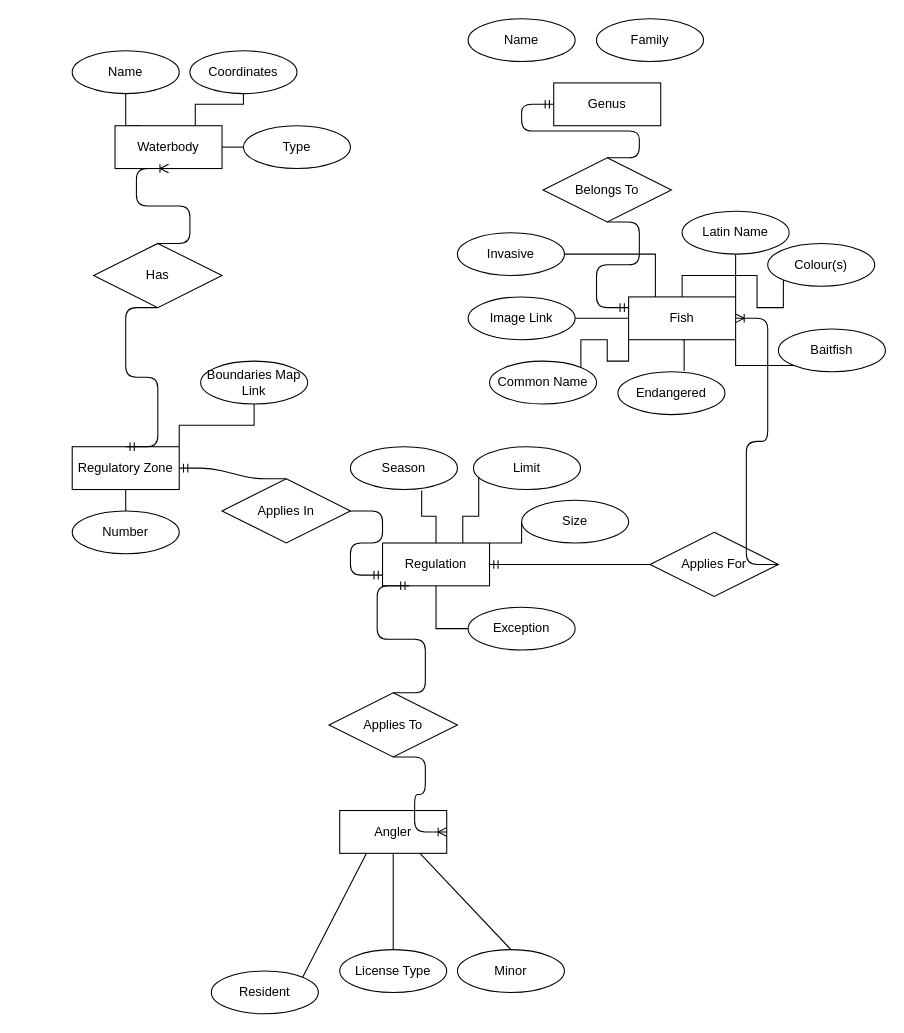
This is lab2.drawio from spjanic10/fishOntario, a draw.io file, before an edit. Source tidied: cells renumbered, new cells numbered last; positions are measured from the earlier drawing's top-left corner, leaving out a move shared by most shapes. Both pictures are drawn from the tidied source at 107%, with x=0, y=0 at pixel (72, 18).
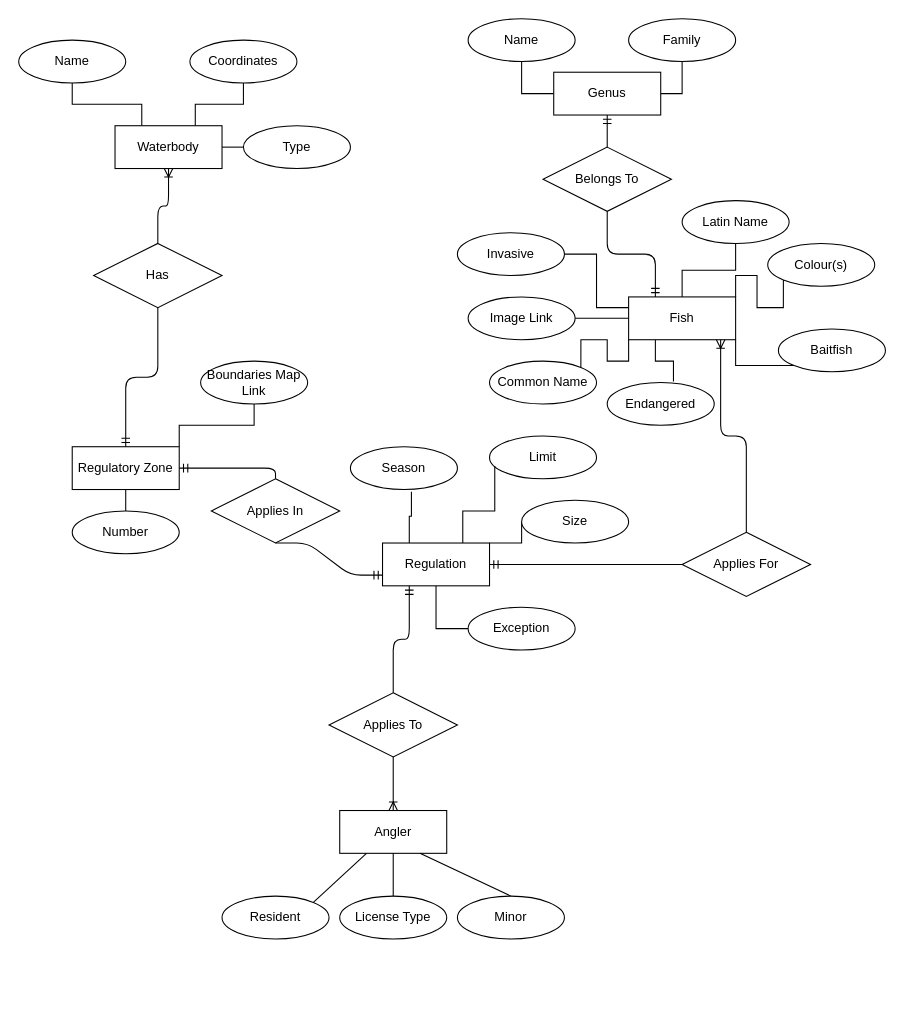
The same page after the edit.

The change refers to these unchanged cells:
```xml
<mxCell id="4" value="Regulatory Zone" style="whiteSpace=wrap;html=1;align=center;" parent="1" vertex="1">
  <mxGeometry y="400" width="100" height="40" as="geometry" />
</mxCell>
<mxCell id="12" value="Fish" style="whiteSpace=wrap;html=1;align=center;" parent="1" vertex="1">
  <mxGeometry x="520" y="260" width="100" height="40" as="geometry" />
</mxCell>
<mxCell id="17" value="Waterbody" style="whiteSpace=wrap;html=1;align=center;" parent="1" vertex="1">
  <mxGeometry x="40" y="100" width="100" height="40" as="geometry" />
</mxCell>
<mxCell id="18" value="Angler" style="whiteSpace=wrap;html=1;align=center;" parent="1" vertex="1">
  <mxGeometry x="250" y="740" width="100" height="40" as="geometry" />
</mxCell>
<mxCell id="27" value="Invasive" style="ellipse;whiteSpace=wrap;html=1;align=center;" parent="1" vertex="1">
  <mxGeometry x="360" y="200" width="100" height="40" as="geometry" />
</mxCell>
<mxCell id="29" value="&lt;div&gt;Name&lt;/div&gt;" style="ellipse;whiteSpace=wrap;html=1;align=center;" parent="1" vertex="1">
  <mxGeometry x="370" width="100" height="40" as="geometry" />
</mxCell>
<mxCell id="41" value="Regulation" style="whiteSpace=wrap;html=1;align=center;" parent="1" vertex="1">
  <mxGeometry x="290" y="490" width="100" height="40" as="geometry" />
</mxCell>
<mxCell id="43" value="Season" style="ellipse;whiteSpace=wrap;html=1;align=center;" parent="1" vertex="1">
  <mxGeometry x="260" y="400" width="100" height="40" as="geometry" />
</mxCell>
<mxCell id="48" value="Applies To" style="shape=rhombus;perimeter=rhombusPerimeter;whiteSpace=wrap;html=1;align=center;" parent="1" vertex="1">
  <mxGeometry x="240" y="630" width="120" height="60" as="geometry" />
</mxCell>
<mxCell id="50" value="Has" style="shape=rhombus;perimeter=rhombusPerimeter;whiteSpace=wrap;html=1;align=center;" parent="1" vertex="1">
  <mxGeometry x="20" y="210" width="120" height="60" as="geometry" />
</mxCell>
```

Change to the diagram source:
```diff
@@
-    <mxCell id="7" style="edgeStyle=orthogonalEdgeStyle;rounded=0;jettySize=auto;html=1;exitX=0.5;exitY=1;exitDx=0;exitDy=0;entryX=0.619;entryY=-0.022;entryDx=0;entryDy=0;entryPerimeter=0;endArrow=none;endFill=0;" parent="1" edge="1" source="12" target="30">
+    <mxCell id="7" style="edgeStyle=orthogonalEdgeStyle;rounded=0;jettySize=auto;html=1;exitX=0.25;exitY=1;exitDx=0;exitDy=0;entryX=0.619;entryY=-0.022;entryDx=0;entryDy=0;entryPerimeter=0;endArrow=none;endFill=0;" parent="1" edge="1" source="12" target="30">
       <mxGeometry relative="1" as="geometry" />
     </mxCell>
@@
-    <mxCell id="11" style="edgeStyle=orthogonalEdgeStyle;rounded=0;jettySize=auto;html=1;exitX=0.25;exitY=0;exitDx=0;exitDy=0;entryX=1;entryY=0.5;entryDx=0;entryDy=0;endArrow=none;endFill=0;" parent="1" edge="1" source="12" target="27">
+    <mxCell id="11" style="edgeStyle=orthogonalEdgeStyle;rounded=0;jettySize=auto;html=1;exitX=0;exitY=0.25;exitDx=0;exitDy=0;entryX=1;entryY=0.5;entryDx=0;entryDy=0;endArrow=none;endFill=0;" parent="1" edge="1" source="12" target="27">
       <mxGeometry relative="1" as="geometry" />
     </mxCell>
@@
+    <mxCell id="63" style="edgeStyle=orthogonalEdgeStyle;rounded=0;jettySize=auto;html=1;exitX=1;exitY=0.5;exitDx=0;exitDy=0;entryX=0.5;entryY=1;entryDx=0;entryDy=0;endArrow=none;endFill=0;" parent="1" edge="1" source="13" target="32">
+      <mxGeometry relative="1" as="geometry" />
+    </mxCell>
+    <mxCell id="64" style="edgeStyle=orthogonalEdgeStyle;rounded=0;jettySize=auto;html=1;exitX=0;exitY=0.5;exitDx=0;exitDy=0;entryX=0.5;entryY=1;entryDx=0;entryDy=0;endArrow=none;endFill=0;" parent="1" edge="1" source="13" target="29">
+      <mxGeometry relative="1" as="geometry" />
+    </mxCell>
     <mxCell id="13" value="&lt;div&gt;Genus&lt;/div&gt;" style="whiteSpace=wrap;html=1;align=center;" parent="1" vertex="1">
-      <mxGeometry x="450" y="60" width="100" height="40" as="geometry" />
+      <mxGeometry x="450" y="50" width="100" height="40" as="geometry" />
     </mxCell>
@@
     <mxCell id="19" value="License Type" style="ellipse;whiteSpace=wrap;html=1;align=center;" parent="1" vertex="1">
-      <mxGeometry x="250" y="870" width="100" height="40" as="geometry" />
+      <mxGeometry x="250" y="820" width="100" height="40" as="geometry" />
     </mxCell>
     <mxCell id="20" value="Resident" style="ellipse;whiteSpace=wrap;html=1;align=center;" parent="1" vertex="1">
-      <mxGeometry x="130" y="890" width="100" height="40" as="geometry" />
+      <mxGeometry x="140" y="820" width="100" height="40" as="geometry" />
     </mxCell>
     <mxCell id="21" value="&lt;div&gt;Minor&lt;/div&gt;" style="ellipse;whiteSpace=wrap;html=1;align=center;" parent="1" vertex="1">
-      <mxGeometry x="360" y="870" width="100" height="40" as="geometry" />
+      <mxGeometry x="360" y="820" width="100" height="40" as="geometry" />
     </mxCell>
@@
     <mxCell id="30" value="Endangered" style="ellipse;whiteSpace=wrap;html=1;align=center;" parent="1" vertex="1">
-      <mxGeometry x="510" y="330" width="100" height="40" as="geometry" />
+      <mxGeometry x="500" y="340" width="100" height="40" as="geometry" />
     </mxCell>
     <mxCell id="31" value="Latin Name" style="ellipse;whiteSpace=wrap;html=1;align=center;" parent="1" vertex="1">
-      <mxGeometry x="570" y="180" width="100" height="40" as="geometry" />
+      <mxGeometry x="570" y="170" width="100" height="40" as="geometry" />
     </mxCell>
     <mxCell id="32" value="Family" style="ellipse;whiteSpace=wrap;html=1;align=center;" parent="1" vertex="1">
-      <mxGeometry x="490" width="100" height="40" as="geometry" />
+      <mxGeometry x="520" width="100" height="40" as="geometry" />
     </mxCell>
@@
     <mxCell id="34" value="Limit" style="ellipse;whiteSpace=wrap;html=1;align=center;" parent="1" vertex="1">
-      <mxGeometry x="375" y="400" width="100" height="40" as="geometry" />
+      <mxGeometry x="390" y="390" width="100" height="40" as="geometry" />
     </mxCell>
@@
-    <mxCell id="37" style="edgeStyle=orthogonalEdgeStyle;rounded=0;jettySize=auto;html=1;exitX=0.5;exitY=0;exitDx=0;exitDy=0;entryX=0.666;entryY=1.022;entryDx=0;entryDy=0;entryPerimeter=0;endArrow=none;endFill=0;" parent="1" edge="1" source="41" target="43">
+    <mxCell id="37" style="edgeStyle=orthogonalEdgeStyle;rounded=0;jettySize=auto;html=1;exitX=0.25;exitY=0;exitDx=0;exitDy=0;endArrow=none;endFill=0;entryX=0.57;entryY=1.05;entryDx=0;entryDy=0;entryPerimeter=0;" parent="1" edge="1" source="41" target="43">
       <mxGeometry relative="1" as="geometry" />
     </mxCell>
@@
     <mxCell id="44" value="Name" style="ellipse;whiteSpace=wrap;html=1;align=center;" parent="1" vertex="1">
-      <mxGeometry y="30" width="100" height="40" as="geometry" />
+      <mxGeometry x="-50" y="20" width="100" height="40" as="geometry" />
     </mxCell>
     <mxCell id="45" value="Coordinates" style="ellipse;whiteSpace=wrap;html=1;align=center;" parent="1" vertex="1">
-      <mxGeometry x="110" y="30" width="100" height="40" as="geometry" />
+      <mxGeometry x="110" y="20" width="100" height="40" as="geometry" />
     </mxCell>
@@
     <mxCell id="49" value="Belongs To" style="shape=rhombus;perimeter=rhombusPerimeter;whiteSpace=wrap;html=1;align=center;" parent="1" vertex="1">
-      <mxGeometry x="440" y="130" width="120" height="60" as="geometry" />
+      <mxGeometry x="440" y="120" width="120" height="60" as="geometry" />
     </mxCell>
@@
     <mxCell id="51" value="Applies In" style="shape=rhombus;perimeter=rhombusPerimeter;whiteSpace=wrap;html=1;align=center;" parent="1" vertex="1">
-      <mxGeometry x="140" y="430" width="120" height="60" as="geometry" />
+      <mxGeometry x="130" y="430" width="120" height="60" as="geometry" />
     </mxCell>
     <mxCell id="52" value="Applies For" style="shape=rhombus;perimeter=rhombusPerimeter;whiteSpace=wrap;html=1;align=center;" parent="1" vertex="1">
-      <mxGeometry x="540" y="480" width="120" height="60" as="geometry" />
+      <mxGeometry x="570" y="480" width="120" height="60" as="geometry" />
     </mxCell>
-    <mxCell id="53" style="edgeStyle=entityRelationEdgeStyle;fontSize=12;html=1;endArrow=ERmandOne;exitX=1;exitY=0.5;exitDx=0;exitDy=0;entryX=0;entryY=0.75;entryDx=0;entryDy=0;" parent="1" edge="1" source="51" target="41">
+    <mxCell id="53" style="edgeStyle=entityRelationEdgeStyle;fontSize=12;html=1;endArrow=ERmandOne;exitX=0.5;exitY=1;exitDx=0;exitDy=0;entryX=0;entryY=0.75;entryDx=0;entryDy=0;" parent="1" edge="1" source="51" target="41">
       <mxGeometry relative="1" as="geometry" />
     </mxCell>
-    <mxCell id="54" style="edgeStyle=entityRelationEdgeStyle;fontSize=12;html=1;endArrow=ERmandOne;entryX=0.25;entryY=1;entryDx=0;entryDy=0;exitX=0.5;exitY=0;exitDx=0;exitDy=0;" parent="1" edge="1" source="48" target="41">
+    <mxCell id="54" style="edgeStyle=orthogonalEdgeStyle;fontSize=12;html=1;endArrow=ERmandOne;entryX=0.25;entryY=1;entryDx=0;entryDy=0;exitX=0.5;exitY=0;exitDx=0;exitDy=0;" parent="1" edge="1" source="48" target="41">
       <mxGeometry relative="1" as="geometry" />
     </mxCell>
-    <mxCell id="55" style="edgeStyle=entityRelationEdgeStyle;fontSize=12;html=1;endArrow=ERoneToMany;entryX=1;entryY=0.5;entryDx=0;entryDy=0;exitX=0.5;exitY=1;exitDx=0;exitDy=0;" parent="1" edge="1" source="48" target="18">
+    <mxCell id="55" style="edgeStyle=orthogonalEdgeStyle;fontSize=12;html=1;endArrow=ERoneToMany;entryX=0.5;entryY=0;entryDx=0;entryDy=0;exitX=0.5;exitY=1;exitDx=0;exitDy=0;" parent="1" edge="1" source="48" target="18">
       <mxGeometry relative="1" as="geometry" />
     </mxCell>
-    <mxCell id="56" style="edgeStyle=entityRelationEdgeStyle;fontSize=12;html=1;endArrow=ERmandOne;entryX=1;entryY=0.5;entryDx=0;entryDy=0;exitX=0.5;exitY=0;exitDx=0;exitDy=0;" parent="1" edge="1" source="51" target="4">
+    <mxCell id="56" style="edgeStyle=orthogonalEdgeStyle;fontSize=12;html=1;endArrow=ERmandOne;entryX=1;entryY=0.5;entryDx=0;entryDy=0;exitX=0.5;exitY=0;exitDx=0;exitDy=0;" parent="1" edge="1" source="51" target="4">
       <mxGeometry relative="1" as="geometry" />
     </mxCell>
-    <mxCell id="57" style="edgeStyle=entityRelationEdgeStyle;fontSize=12;html=1;endArrow=ERoneToMany;exitX=1;exitY=0.5;exitDx=0;exitDy=0;entryX=1;entryY=0.5;entryDx=0;entryDy=0;" parent="1" edge="1" source="52" target="12">
+    <mxCell id="57" style="edgeStyle=orthogonalEdgeStyle;fontSize=12;html=1;endArrow=ERoneToMany;exitX=0.5;exitY=0;exitDx=0;exitDy=0;entryX=0.86;entryY=1;entryDx=0;entryDy=0;entryPerimeter=0;" parent="1" edge="1" source="52" target="12">
       <mxGeometry relative="1" as="geometry" />
     </mxCell>
@@
-    <mxCell id="59" style="edgeStyle=entityRelationEdgeStyle;fontSize=12;html=1;endArrow=ERmandOne;entryX=0.5;entryY=0;entryDx=0;entryDy=0;exitX=0.5;exitY=1;exitDx=0;exitDy=0;" parent="1" edge="1" source="50" target="4">
+    <mxCell id="59" style="edgeStyle=orthogonalEdgeStyle;fontSize=12;html=1;endArrow=ERmandOne;entryX=0.5;entryY=0;entryDx=0;entryDy=0;exitX=0.5;exitY=1;exitDx=0;exitDy=0;" parent="1" edge="1" source="50" target="4">
       <mxGeometry relative="1" as="geometry" />
     </mxCell>
-    <mxCell id="60" style="edgeStyle=entityRelationEdgeStyle;fontSize=12;html=1;endArrow=ERoneToMany;entryX=0.5;entryY=1;entryDx=0;entryDy=0;exitX=0.5;exitY=0;exitDx=0;exitDy=0;" parent="1" edge="1" source="50" target="17">
+    <mxCell id="60" style="edgeStyle=orthogonalEdgeStyle;fontSize=12;html=1;endArrow=ERoneToMany;entryX=0.5;entryY=1;entryDx=0;entryDy=0;exitX=0.5;exitY=0;exitDx=0;exitDy=0;" parent="1" edge="1" source="50" target="17">
       <mxGeometry relative="1" as="geometry" />
     </mxCell>
-    <mxCell id="61" style="edgeStyle=entityRelationEdgeStyle;fontSize=12;html=1;endArrow=ERmandOne;entryX=0;entryY=0.25;entryDx=0;entryDy=0;exitX=0.5;exitY=1;exitDx=0;exitDy=0;" parent="1" edge="1" source="49" target="12">
+    <mxCell id="61" style="edgeStyle=orthogonalEdgeStyle;fontSize=12;html=1;endArrow=ERmandOne;entryX=0.25;entryY=0;entryDx=0;entryDy=0;exitX=0.5;exitY=1;exitDx=0;exitDy=0;" parent="1" edge="1" source="49" target="12">
       <mxGeometry relative="1" as="geometry" />
     </mxCell>
-    <mxCell id="62" style="edgeStyle=entityRelationEdgeStyle;fontSize=12;html=1;endArrow=ERmandOne;exitX=0.5;exitY=0;exitDx=0;exitDy=0;" parent="1" edge="1" source="49">
-      <mxGeometry relative="1" as="geometry">
-        <mxPoint x="450" y="80" as="targetPoint" />
-      </mxGeometry>
+    <mxCell id="62" style="edgeStyle=orthogonalEdgeStyle;fontSize=12;html=1;endArrow=ERmandOne;exitX=0.5;exitY=0;exitDx=0;exitDy=0;entryX=0.5;entryY=1;entryDx=0;entryDy=0;" parent="1" edge="1" source="49" target="13">
+      <mxGeometry relative="1" as="geometry" />
     </mxCell>
```
